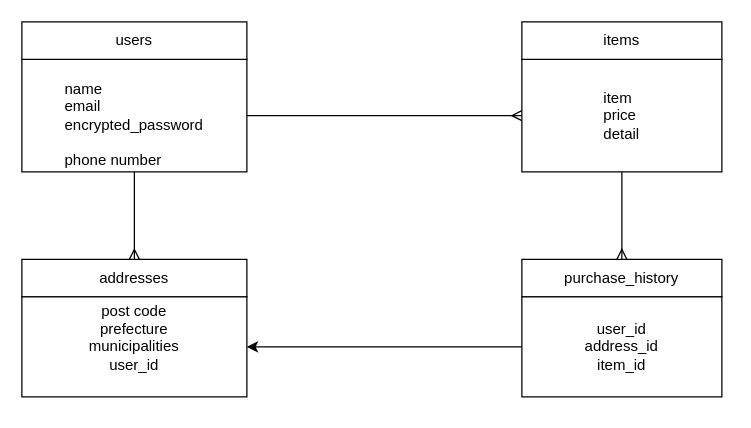
Before: database.dio in Muusann/furima-31986, a draw.io diagram. Source tidied: cells renumbered, new cells numbered last; positions are measured from the earlier drawing's top-left corner, leaving out a move shared by most shapes. Both pictures are drawn from the tidied source at 125%, with x=0, y=0 at pixel (21, 21).
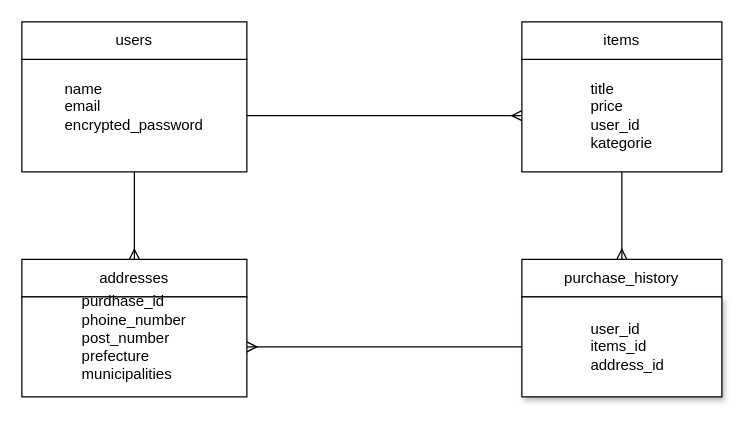
The same page after the edit.

Commit message (it also covers changes not shown here):
DB設計の修正１

Change to the diagram source:
```diff
@@
 <mxGraphModel>
   <root>
     <mxCell id="0" />
     <mxCell id="1" parent="0" />
     <mxCell id="2" style="edgeStyle=orthogonalEdgeStyle;rounded=0;jettySize=auto;html=1;endArrow=ERmany;endFill=0;" parent="1" edge="1" source="4">
       <mxGeometry relative="1" as="geometry">
         <mxPoint x="90" y="190" as="targetPoint" />
       </mxGeometry>
     </mxCell>
     <mxCell id="3" style="edgeStyle=orthogonalEdgeStyle;rounded=0;jettySize=auto;html=1;entryX=0;entryY=0.5;entryDx=0;entryDy=0;endArrow=ERmany;endFill=0;" parent="1" edge="1" source="4" target="7">
       <mxGeometry relative="1" as="geometry" />
     </mxCell>
-    <mxCell id="4" value="&lt;div style=&quot;text-align: justify&quot;&gt;&lt;br&gt;&lt;/div&gt;&lt;div style=&quot;text-align: justify&quot;&gt;&lt;span&gt;name&lt;/span&gt;&lt;/div&gt;&lt;div style=&quot;text-align: justify&quot;&gt;&lt;span&gt;email&lt;/span&gt;&lt;/div&gt;&lt;span style=&quot;text-align: justify&quot;&gt;encrypted_password&lt;/span&gt;&lt;span style=&quot;color: rgb(36 , 41 , 46) ; font-family: , , &amp;#34;segoe ui&amp;#34; , &amp;#34;helvetica&amp;#34; , &amp;#34;arial&amp;#34; , sans-serif , &amp;#34;apple color emoji&amp;#34; , &amp;#34;segoe ui emoji&amp;#34; ; background-color: rgb(255 , 255 , 255)&quot;&gt;&lt;br&gt;&lt;/span&gt;&lt;div style=&quot;text-align: justify&quot;&gt;&lt;br&gt;&lt;/div&gt;&lt;div style=&quot;text-align: justify&quot;&gt;&lt;span&gt;phone number&lt;/span&gt;&lt;/div&gt;" style="whiteSpace=wrap;html=1;align=center;" parent="1" vertex="1">
+    <mxCell id="4" value="&lt;div style=&quot;text-align: justify&quot;&gt;&lt;br&gt;&lt;/div&gt;&lt;div style=&quot;text-align: justify&quot;&gt;&lt;span&gt;name&lt;/span&gt;&lt;/div&gt;&lt;div style=&quot;text-align: justify&quot;&gt;&lt;span&gt;email&lt;/span&gt;&lt;/div&gt;&lt;span style=&quot;text-align: justify&quot;&gt;encrypted_password&lt;/span&gt;&lt;span style=&quot;color: rgb(36 , 41 , 46) ; font-family: , , &amp;#34;segoe ui&amp;#34; , &amp;#34;helvetica&amp;#34; , &amp;#34;arial&amp;#34; , sans-serif , &amp;#34;apple color emoji&amp;#34; , &amp;#34;segoe ui emoji&amp;#34; ; background-color: rgb(255 , 255 , 255)&quot;&gt;&lt;br&gt;&lt;/span&gt;&lt;div style=&quot;text-align: justify&quot;&gt;&lt;br&gt;&lt;/div&gt;&lt;div style=&quot;text-align: justify&quot;&gt;&lt;br&gt;&lt;/div&gt;" style="whiteSpace=wrap;html=1;align=center;" parent="1" vertex="1">
       <mxGeometry y="30" width="180" height="90" as="geometry" />
     </mxCell>
     <mxCell id="5" value="users" style="whiteSpace=wrap;html=1;" parent="1" vertex="1">
       <mxGeometry width="180" height="30" as="geometry" />
     </mxCell>
     <mxCell id="6" style="edgeStyle=orthogonalEdgeStyle;rounded=0;jettySize=auto;html=1;entryX=0.5;entryY=0;entryDx=0;entryDy=0;endArrow=ERmany;endFill=0;" parent="1" edge="1" source="7" target="9">
       <mxGeometry relative="1" as="geometry" />
     </mxCell>
-    <mxCell id="7" value="&lt;div style=&quot;text-align: justify&quot;&gt;item&lt;/div&gt;&lt;div style=&quot;text-align: justify&quot;&gt;&lt;span&gt;price&lt;/span&gt;&lt;/div&gt;&lt;div style=&quot;text-align: justify&quot;&gt;&lt;span&gt;detail&lt;/span&gt;&lt;/div&gt;" style="whiteSpace=wrap;html=1;align=center;fontStyle=0;" parent="1" vertex="1">
+    <mxCell id="7" value="&lt;div style=&quot;text-align: justify&quot;&gt;title&lt;/div&gt;&lt;div style=&quot;text-align: justify&quot;&gt;price&lt;/div&gt;&lt;div style=&quot;text-align: justify&quot;&gt;user_id&lt;/div&gt;&lt;div style=&quot;text-align: justify&quot;&gt;kategorie&lt;/div&gt;" style="whiteSpace=wrap;html=1;align=center;fontStyle=0;" parent="1" vertex="1">
       <mxGeometry x="400" y="30" width="160" height="90" as="geometry" />
     </mxCell>
     <mxCell id="8" value="items" style="whiteSpace=wrap;html=1;" parent="1" vertex="1">
       <mxGeometry x="400" width="160" height="30" as="geometry" />
     </mxCell>
     <mxCell id="9" value="purchase_history" style="whiteSpace=wrap;html=1;" parent="1" vertex="1">
       <mxGeometry x="400" y="190" width="160" height="30" as="geometry" />
     </mxCell>
-    <mxCell id="10" style="edgeStyle=orthogonalEdgeStyle;rounded=0;jettySize=auto;html=1;entryX=1;entryY=0.5;entryDx=0;entryDy=0;" parent="1" edge="1" source="11" target="13">
-      <mxGeometry relative="1" as="geometry" />
+    <mxCell id="10" style="edgeStyle=orthogonalEdgeStyle;rounded=0;jettySize=auto;html=1;exitX=0;exitY=0.5;exitDx=0;exitDy=0;endArrow=ERmany;endFill=0;" parent="1" edge="1" source="11" target="13">
+      <mxGeometry relative="1" as="geometry">
+        <Array as="points">
+          <mxPoint x="270" y="260" />
+          <mxPoint x="270" y="260" />
+        </Array>
+      </mxGeometry>
     </mxCell>
-    <mxCell id="11" value="user_id&lt;br&gt;address_id&lt;br&gt;item_id" style="whiteSpace=wrap;html=1;" parent="1" vertex="1">
+    <mxCell id="11" value="&lt;div style=&quot;text-align: justify&quot;&gt;&lt;span&gt;&amp;nbsp; &amp;nbsp; &amp;nbsp; &amp;nbsp; &amp;nbsp; &amp;nbsp; &amp;nbsp; &amp;nbsp; user_id&lt;/span&gt;&lt;/div&gt;&lt;div style=&quot;text-align: justify&quot;&gt;&lt;span&gt;&amp;nbsp; &amp;nbsp; &amp;nbsp; &amp;nbsp; &amp;nbsp; &amp;nbsp; &amp;nbsp; &amp;nbsp; items_id&lt;/span&gt;&lt;/div&gt;&lt;div style=&quot;text-align: justify&quot;&gt;&lt;span&gt;&amp;nbsp; &amp;nbsp; &amp;nbsp; &amp;nbsp; &amp;nbsp; &amp;nbsp; &amp;nbsp; &amp;nbsp; address_id&lt;/span&gt;&lt;/div&gt;" style="whiteSpace=wrap;html=1;shadow=1;align=left;" parent="1" vertex="1">
       <mxGeometry x="400" y="220" width="160" height="80" as="geometry" />
     </mxCell>
     <mxCell id="12" value="addresses" style="whiteSpace=wrap;html=1;" parent="1" vertex="1">
       <mxGeometry y="190" width="180" height="30" as="geometry" />
     </mxCell>
-    <mxCell id="13" value="post code&lt;br&gt;prefecture&lt;br&gt;municipalities&lt;br&gt;user_id&lt;br&gt;&lt;div style=&quot;text-align: justify&quot;&gt;&lt;br&gt;&lt;/div&gt;" style="whiteSpace=wrap;html=1;" parent="1" vertex="1">
+    <mxCell id="13" value="&lt;div style=&quot;text-align: justify&quot;&gt;&lt;span&gt;purdhase_id&lt;/span&gt;&lt;/div&gt;&lt;div style=&quot;text-align: justify&quot;&gt;&lt;span&gt;phoine_number&lt;/span&gt;&lt;/div&gt;&lt;div style=&quot;text-align: justify&quot;&gt;&lt;span&gt;post_number&lt;/span&gt;&lt;/div&gt;&lt;div style=&quot;text-align: justify&quot;&gt;&lt;span&gt;prefecture&lt;/span&gt;&lt;/div&gt;&lt;div style=&quot;text-align: justify&quot;&gt;&lt;span&gt;municipalities&lt;/span&gt;&lt;/div&gt;&lt;div style=&quot;text-align: justify&quot;&gt;&lt;br&gt;&lt;/div&gt;" style="whiteSpace=wrap;html=1;" parent="1" vertex="1">
       <mxGeometry y="220" width="180" height="80" as="geometry" />
     </mxCell>
   </root>
 </mxGraphModel>
```
